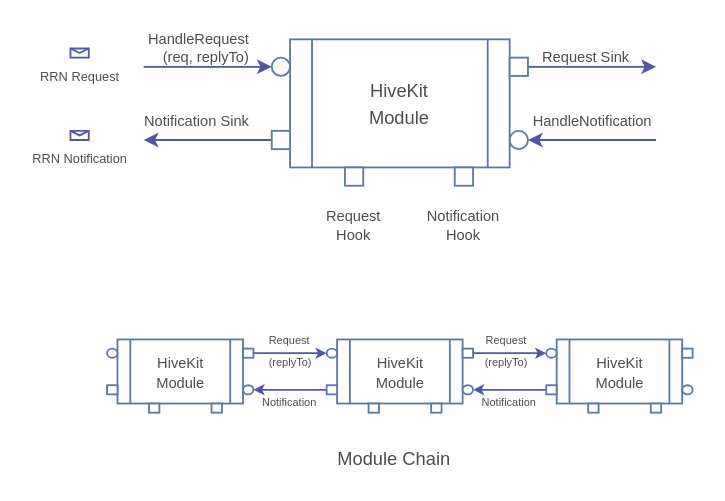
Earlier version of the draw.io diagram page "HiveKit Module" (1 of 8) of docs/hivekit.drawio (hiveot/hivekit). Source tidied: cells renumbered, new cells numbered last; positions are measured from the earlier drawing's top-left corner, leaving out a move shared by most shapes. Both pictures are drawn from the tidied source at 183%, with x=0, y=0 at pixel (70, 38).
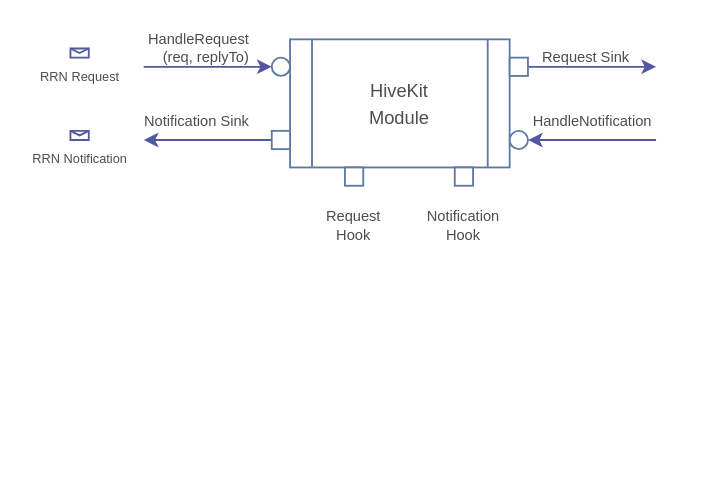
The same diagram, later.

What changed in the source:
```diff
@@
-    <mxCell id="22" value="Notification" style="text;html=1;align=center;verticalAlign=middle;whiteSpace=wrap;rounded=0;fontSize=6;fontColor=#4D4D4D;" parent="1" vertex="1">
-      <mxGeometry x="95" y="194" width="50" height="10" as="geometry" />
-    </mxCell>
-    <mxCell id="23" value="Request" style="text;html=1;align=center;verticalAlign=middle;whiteSpace=wrap;rounded=0;fontSize=6;fontColor=#4D4D4D;" parent="1" vertex="1">
-      <mxGeometry x="95" y="160" width="50" height="10" as="geometry" />
-    </mxCell>
-    <mxCell id="24" value="Notification" style="text;html=1;align=center;verticalAlign=middle;whiteSpace=wrap;rounded=0;fontSize=6;fontColor=#4D4D4D;" parent="1" vertex="1">
-      <mxGeometry x="215" y="194" width="50" height="10" as="geometry" />
-    </mxCell>
-    <mxCell id="25" value="Request" style="text;html=1;align=center;verticalAlign=middle;whiteSpace=wrap;rounded=0;fontSize=6;fontColor=#4D4D4D;" parent="1" vertex="1">
-      <mxGeometry x="224.5" y="160" width="27" height="10" as="geometry" />
-    </mxCell>
-    <mxCell id="26" value="Module Chain" style="text;html=1;align=right;verticalAlign=middle;whiteSpace=wrap;rounded=0;fontSize=10;fontColor=#4D4D4D;" parent="1" vertex="1">
-      <mxGeometry x="140" y="224" width="70" height="10" as="geometry" />
-    </mxCell>
-    <mxCell id="27" value="(replyTo)" style="text;html=1;align=center;verticalAlign=middle;whiteSpace=wrap;rounded=0;fontSize=6;fontColor=#4D4D4D;" parent="1" vertex="1">
-      <mxGeometry x="224.5" y="172" width="27" height="10" as="geometry" />
-    </mxCell>
-    <mxCell id="28" value="(replyTo)" style="text;html=1;align=center;verticalAlign=middle;whiteSpace=wrap;rounded=0;fontSize=6;fontColor=#4D4D4D;" parent="1" vertex="1">
-      <mxGeometry x="106.5" y="172" width="27" height="10" as="geometry" />
-    </mxCell>
-    <mxCell id="29" style="group;" parent="1" vertex="1">
-      <mxGeometry x="260" y="164" width="80" height="40" as="geometry" />
-    </mxCell>
-    <mxCell id="30" value="&lt;font style=&quot;font-size: 8px;&quot;&gt;HiveKit&lt;/font&gt;&lt;div&gt;&lt;div&gt;&lt;font style=&quot;font-size: 8px;&quot;&gt;Module&lt;/font&gt;&lt;/div&gt;&lt;/div&gt;" style="shape=process;whiteSpace=wrap;html=1;backgroundOutline=1;strokeColor=#5C79A3;fontSize=9;fontColor=#4D4D4D;" parent="29" vertex="1">
-      <mxGeometry x="5.7" width="68.6" height="35" as="geometry" />
-    </mxCell>
-    <mxCell id="31" style="html=1;rounded=0;strokeColor=#5C79A3;" parent="29" vertex="1">
-      <mxGeometry x="74.3" y="5" width="5.7" height="5" as="geometry" />
-    </mxCell>
-    <mxCell id="32" style="edgeStyle=orthogonalEdgeStyle;rounded=0;jettySize=auto;html=1;startSize=3;endSize=3;strokeColor=#5257A1;" parent="29" edge="1" source="33">
-      <mxGeometry relative="1" as="geometry">
-        <mxPoint x="-40" y="27.5" as="targetPoint" />
-      </mxGeometry>
-    </mxCell>
-    <mxCell id="33" style="html=1;rounded=0;rotation=-180;strokeColor=#5C79A3;" parent="29" vertex="1">
-      <mxGeometry y="25" width="5.7" height="5" as="geometry" />
-    </mxCell>
-    <mxCell id="34" style="html=1;rounded=0;rotation=-180;strokeColor=#5C79A3;" parent="29" vertex="1">
-      <mxGeometry x="22.9" y="35" width="5.7" height="5" as="geometry" />
-    </mxCell>
-    <mxCell id="35" style="html=1;rounded=0;rotation=-180;strokeColor=#5C79A3;" parent="29" vertex="1">
-      <mxGeometry x="57.1" y="35" width="5.7" height="5" as="geometry" />
-    </mxCell>
-    <mxCell id="36" style="ellipse;whiteSpace=wrap;html=1;strokeColor=#5C79A3;" parent="29" vertex="1">
-      <mxGeometry y="5" width="5.7" height="5" as="geometry" />
-    </mxCell>
-    <mxCell id="37" style="ellipse;whiteSpace=wrap;html=1;strokeColor=#5C79A3;" parent="29" vertex="1">
-      <mxGeometry x="74.3" y="25" width="5.7" height="5" as="geometry" />
-    </mxCell>
-    <mxCell id="38" style="group;" parent="1" vertex="1">
-      <mxGeometry x="140" y="164" width="80" height="40" as="geometry" />
-    </mxCell>
-    <mxCell id="39" value="&lt;font style=&quot;font-size: 8px;&quot;&gt;HiveKit&lt;/font&gt;&lt;div&gt;&lt;div&gt;&lt;font style=&quot;font-size: 8px;&quot;&gt;Module&lt;/font&gt;&lt;/div&gt;&lt;/div&gt;" style="shape=process;whiteSpace=wrap;html=1;backgroundOutline=1;strokeColor=#5C79A3;fontSize=9;fontColor=#4D4D4D;" parent="38" vertex="1">
-      <mxGeometry x="5.7" width="68.6" height="35" as="geometry" />
-    </mxCell>
-    <mxCell id="40" style="html=1;rounded=0;strokeColor=#5C79A3;" parent="38" vertex="1">
-      <mxGeometry x="74.3" y="5" width="5.7" height="5" as="geometry" />
-    </mxCell>
-    <mxCell id="41" style="edgeStyle=orthogonalEdgeStyle;rounded=0;jettySize=auto;html=1;endSize=3;startSize=3;strokeColor=#5257A1;" parent="38" edge="1" source="42">
-      <mxGeometry relative="1" as="geometry">
-        <mxPoint x="-40" y="27.5" as="targetPoint" />
-      </mxGeometry>
-    </mxCell>
-    <mxCell id="42" style="html=1;rounded=0;rotation=-180;strokeColor=#5C79A3;" parent="38" vertex="1">
-      <mxGeometry y="25" width="5.7" height="5" as="geometry" />
-    </mxCell>
-    <mxCell id="43" style="html=1;rounded=0;rotation=-180;strokeColor=#5C79A3;" parent="38" vertex="1">
-      <mxGeometry x="22.9" y="35" width="5.7" height="5" as="geometry" />
-    </mxCell>
-    <mxCell id="44" style="html=1;rounded=0;rotation=-180;strokeColor=#5C79A3;" parent="38" vertex="1">
-      <mxGeometry x="57.1" y="35" width="5.7" height="5" as="geometry" />
-    </mxCell>
-    <mxCell id="45" style="ellipse;whiteSpace=wrap;html=1;strokeColor=#5C79A3;" parent="38" vertex="1">
-      <mxGeometry y="5" width="5.7" height="5" as="geometry" />
-    </mxCell>
-    <mxCell id="46" style="ellipse;whiteSpace=wrap;html=1;strokeColor=#5C79A3;" parent="38" vertex="1">
-      <mxGeometry x="74.3" y="25" width="5.7" height="5" as="geometry" />
-    </mxCell>
-    <mxCell id="47" style="edgeStyle=orthogonalEdgeStyle;rounded=0;jettySize=auto;html=1;entryX=0;entryY=0.5;entryDx=0;entryDy=0;fontSize=10;endSize=3;strokeColor=#5257A1;" parent="1" edge="1" source="40" target="36">
-      <mxGeometry relative="1" as="geometry" />
-    </mxCell>
-    <mxCell id="48" style="group;" parent="1" vertex="1">
-      <mxGeometry x="20" y="164" width="80" height="40" as="geometry" />
-    </mxCell>
-    <mxCell id="49" value="&lt;font style=&quot;font-size: 8px;&quot;&gt;HiveKit&lt;/font&gt;&lt;div&gt;&lt;div&gt;&lt;font style=&quot;font-size: 8px;&quot;&gt;Module&lt;/font&gt;&lt;/div&gt;&lt;/div&gt;" style="shape=process;whiteSpace=wrap;html=1;backgroundOutline=1;strokeColor=#5C79A3;fontSize=9;fontColor=#4D4D4D;" parent="48" vertex="1">
-      <mxGeometry x="5.7" width="68.6" height="35" as="geometry" />
-    </mxCell>
-    <mxCell id="50" style="html=1;rounded=0;strokeColor=#5C79A3;" parent="48" vertex="1">
-      <mxGeometry x="74.3" y="5" width="5.7" height="5" as="geometry" />
-    </mxCell>
-    <mxCell id="51" style="html=1;rounded=0;rotation=-180;strokeColor=#5C79A3;" parent="48" vertex="1">
-      <mxGeometry y="25" width="5.7" height="5" as="geometry" />
-    </mxCell>
-    <mxCell id="52" style="html=1;rounded=0;rotation=-180;strokeColor=#5C79A3;" parent="48" vertex="1">
-      <mxGeometry x="22.9" y="35" width="5.7" height="5" as="geometry" />
-    </mxCell>
-    <mxCell id="53" style="html=1;rounded=0;rotation=-180;strokeColor=#5C79A3;" parent="48" vertex="1">
-      <mxGeometry x="57.1" y="35" width="5.7" height="5" as="geometry" />
-    </mxCell>
-    <mxCell id="54" style="ellipse;whiteSpace=wrap;html=1;strokeColor=#5C79A3;" parent="48" vertex="1">
-      <mxGeometry y="5" width="5.7" height="5" as="geometry" />
-    </mxCell>
-    <mxCell id="55" style="ellipse;whiteSpace=wrap;html=1;strokeColor=#5C79A3;" parent="48" vertex="1">
-      <mxGeometry x="74.3" y="25" width="5.7" height="5" as="geometry" />
-    </mxCell>
-    <mxCell id="56" style="edgeStyle=orthogonalEdgeStyle;rounded=0;jettySize=auto;html=1;entryX=0;entryY=0.5;entryDx=0;entryDy=0;endSize=3;startSize=3;strokeColor=#5257A1;" parent="1" edge="1" source="50" target="45">
-      <mxGeometry relative="1" as="geometry" />
-    </mxCell>
```
